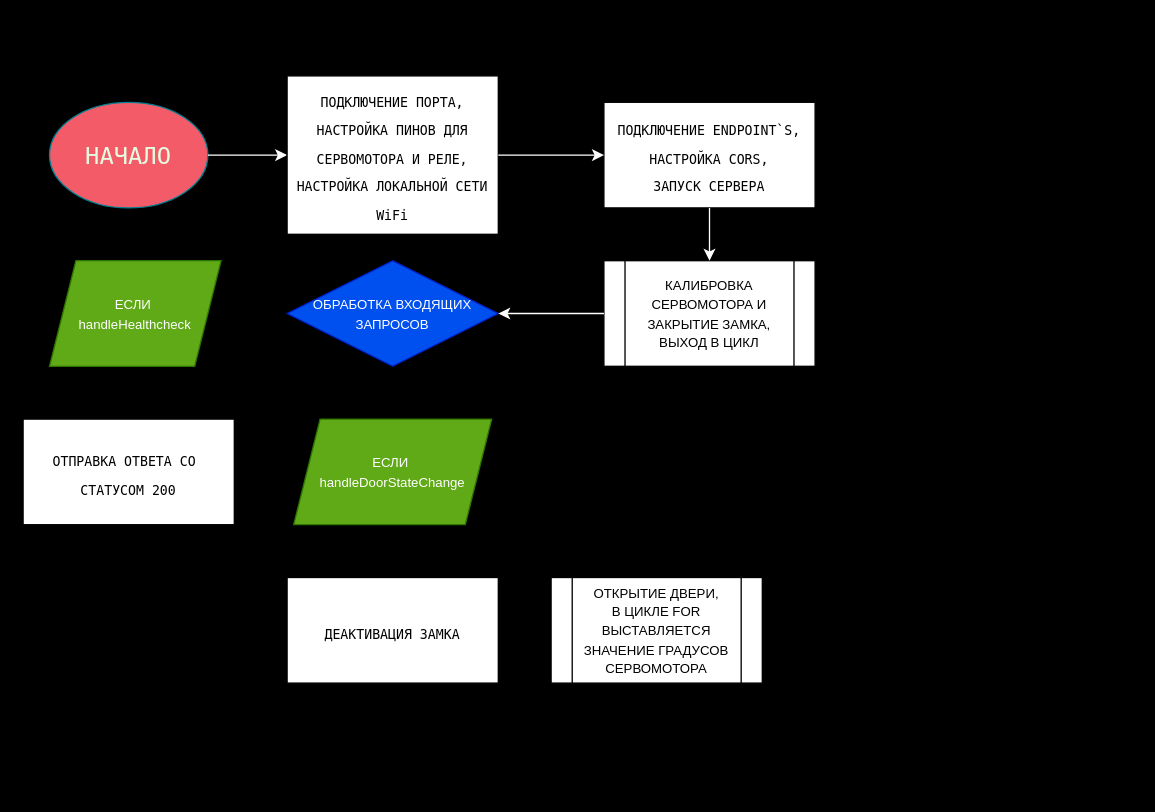
Before: Диаграмма без названия.drawio in Skaletti/Skaletti, a draw.io diagram. Source tidied: cells renumbered, new cells numbered last; positions are measured from the earlier drawing's top-left corner, leaving out a move shared by most shapes. Both pictures are drawn from the tidied source at 132%, with x=0, y=0 at pixel (22, 75).
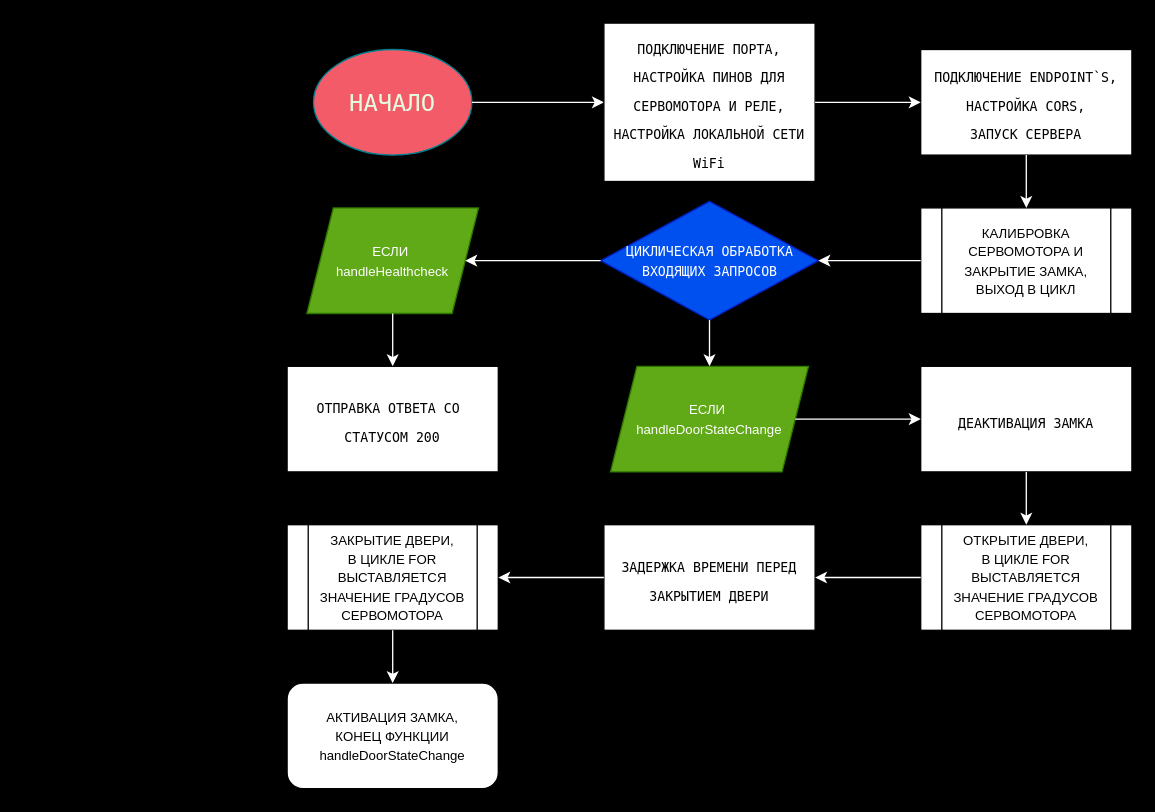
The same page after the edit.

Commit message:
Обновление алгоритм работы сервиса на NodeMCU.drawio

The edit, as a diff of the source:
```diff
@@
     <mxCell id="2" value="&lt;font style=&quot;font-size: 18px;&quot;&gt;НАЧАЛО&lt;/font&gt;" style="ellipse;whiteSpace=wrap;html=1;strokeColor=#028090;fontColor=#E4FDE1;fillColor=#F45B69;fontFamily=Lucida Console;" parent="1" vertex="1">
-      <mxGeometry x="20" y="20" width="120" height="80" as="geometry" />
+      <mxGeometry x="220" y="-20" width="120" height="80" as="geometry" />
     </mxCell>
@@
     <mxCell id="4" value="&lt;font size=&quot;1&quot;&gt;ПОДКЛЮЧЕНИЕ ПОРТА,&lt;br&gt;НАСТРОЙКА ПИНОВ ДЛЯ СЕРВОМОТОРА И РЕЛЕ, НАСТРОЙКА ЛОКАЛЬНОЙ СЕТИ WiFi&lt;/font&gt;" style="rounded=0;whiteSpace=wrap;html=1;fontFamily=Lucida Console;fontSize=18;" parent="1" vertex="1">
-      <mxGeometry x="200" width="160" height="120" as="geometry" />
+      <mxGeometry x="440" y="-40" width="160" height="120" as="geometry" />
     </mxCell>
     <mxCell id="5" value="&lt;font size=&quot;1&quot;&gt;ПОДКЛЮЧЕНИЕ ENDPOINT`S,&lt;br&gt;НАСТРОЙКА CORS,&lt;br&gt;ЗАПУСК СЕРВЕРА&lt;br&gt;&lt;/font&gt;" style="rounded=0;whiteSpace=wrap;html=1;fontFamily=Lucida Console;fontSize=18;" parent="1" vertex="1">
-      <mxGeometry x="440" y="20" width="160" height="80" as="geometry" />
+      <mxGeometry x="680" y="-20" width="160" height="80" as="geometry" />
     </mxCell>
@@
     <mxCell id="7" value="&lt;font size=&quot;1&quot;&gt;КАЛИБРОВКА СЕРВОМОТОРА И ЗАКРЫТИЕ ЗАМКА,&lt;br&gt;ВЫХОД В ЦИКЛ&lt;br&gt;&lt;/font&gt;" style="shape=process;whiteSpace=wrap;html=1;backgroundOutline=1;" parent="1" vertex="1">
-      <mxGeometry x="440" y="140" width="160" height="80" as="geometry" />
+      <mxGeometry x="680" y="100" width="160" height="80" as="geometry" />
     </mxCell>
@@
-    <mxCell id="9" value="&lt;font size=&quot;1&quot;&gt;ОБРАБОТКА ВХОДЯЩИХ ЗАПРОСОВ&lt;/font&gt;" style="rhombus;whiteSpace=wrap;html=1;strokeColor=#001DBC;fontColor=#ffffff;fillColor=#0050ef;" parent="1" vertex="1">
-      <mxGeometry x="200" y="140" width="160" height="80" as="geometry" />
+    <mxCell id="9" value="&lt;font size=&quot;1&quot; face=&quot;Lucida Console&quot; style=&quot;&quot;&gt;ЦИКЛИЧЕСКАЯ&amp;nbsp;&lt;/font&gt;&lt;font face=&quot;Lucida Console&quot; style=&quot;font-size: 10px;&quot;&gt;ОБРАБОТКА ВХОДЯЩИХ ЗАПРОСОВ&lt;/font&gt;" style="rhombus;whiteSpace=wrap;html=1;strokeColor=#001DBC;fontColor=#ffffff;fillColor=#0050ef;" parent="1" vertex="1">
+      <mxGeometry x="437.5" y="95" width="165" height="90" as="geometry" />
     </mxCell>
@@
     <mxCell id="11" value="&lt;font size=&quot;1&quot;&gt;ЕСЛИ&amp;nbsp;&lt;br&gt;handleHealthcheck&lt;/font&gt;" style="shape=parallelogram;perimeter=parallelogramPerimeter;whiteSpace=wrap;html=1;fixedSize=1;strokeColor=#2D7600;fontColor=#ffffff;fillColor=#60a917;" parent="1" vertex="1">
-      <mxGeometry x="20" y="140" width="130" height="80" as="geometry" />
+      <mxGeometry x="215" y="100" width="130" height="80" as="geometry" />
     </mxCell>
     <mxCell id="12" value="&lt;font size=&quot;1&quot;&gt;ОТПРАВКА ОТВЕТА СО&amp;nbsp; СТАТУСОМ 200&lt;/font&gt;" style="rounded=0;whiteSpace=wrap;html=1;fontFamily=Lucida Console;fontSize=18;" parent="1" vertex="1">
-      <mxGeometry y="260" width="160" height="80" as="geometry" />
+      <mxGeometry x="200" y="220" width="160" height="80" as="geometry" />
     </mxCell>
     <mxCell id="13" value="&lt;font size=&quot;1&quot;&gt;ДЕАКТИВАЦИЯ ЗАМКА&lt;/font&gt;" style="rounded=0;whiteSpace=wrap;html=1;fontFamily=Lucida Console;fontSize=18;" parent="1" vertex="1">
-      <mxGeometry x="200" y="380" width="160" height="80" as="geometry" />
+      <mxGeometry x="680" y="220" width="160" height="80" as="geometry" />
     </mxCell>
     <mxCell id="14" value="&lt;font size=&quot;1&quot;&gt;ЕСЛИ&amp;nbsp;&lt;br&gt;handleDoorStateChange&lt;br&gt;&lt;/font&gt;" style="shape=parallelogram;perimeter=parallelogramPerimeter;whiteSpace=wrap;html=1;fixedSize=1;strokeColor=#2D7600;fontColor=#ffffff;fillColor=#60a917;" parent="1" vertex="1">
-      <mxGeometry x="205" y="260" width="150" height="80" as="geometry" />
+      <mxGeometry x="445" y="220" width="150" height="80" as="geometry" />
     </mxCell>
     <mxCell id="15" value="&lt;font size=&quot;1&quot;&gt;ОТКРЫТИЕ ДВЕРИ,&lt;br&gt;В ЦИКЛЕ FOR ВЫСТАВЛЯЕТСЯ ЗНАЧЕНИЕ ГРАДУСОВ СЕРВОМОТОРА&lt;br&gt;&lt;/font&gt;" style="shape=process;whiteSpace=wrap;html=1;backgroundOutline=1;" parent="1" vertex="1">
-      <mxGeometry x="400" y="380" width="160" height="80" as="geometry" />
+      <mxGeometry x="680" y="340" width="160" height="80" as="geometry" />
     </mxCell>
+    <mxCell id="16" style="endArrow=classic;html=1;rounded=0;fontColor=#E4FDE1;exitX=0;exitY=0.5;exitDx=0;exitDy=0;strokeColor=#FFFFFF;entryX=1;entryY=0.5;entryDx=0;entryDy=0;" parent="1" edge="1" source="9" target="11">
+      <mxGeometry relative="1" as="geometry" />
+    </mxCell>
+    <mxCell id="17" style="endArrow=classic;html=1;rounded=0;fontColor=#E4FDE1;exitX=0.5;exitY=1;exitDx=0;exitDy=0;strokeColor=#FFFFFF;entryX=0.5;entryY=0;entryDx=0;entryDy=0;" parent="1" edge="1" source="11" target="12">
+      <mxGeometry relative="1" as="geometry" />
+    </mxCell>
+    <mxCell id="18" style="endArrow=classic;html=1;rounded=0;fontColor=#E4FDE1;strokeColor=#FFFFFF;entryX=0.5;entryY=0;entryDx=0;entryDy=0;exitX=0.5;exitY=1;exitDx=0;exitDy=0;" parent="1" edge="1" source="9" target="14">
+      <mxGeometry relative="1" as="geometry" />
+    </mxCell>
+    <mxCell id="19" style="endArrow=classic;html=1;rounded=0;fontColor=#E4FDE1;exitX=1;exitY=0.5;exitDx=0;exitDy=0;strokeColor=#FFFFFF;entryX=0;entryY=0.5;entryDx=0;entryDy=0;" parent="1" edge="1" source="14" target="13">
+      <mxGeometry relative="1" as="geometry" />
+    </mxCell>
+    <mxCell id="20" style="endArrow=classic;html=1;rounded=0;fontColor=#E4FDE1;exitX=0.5;exitY=1;exitDx=0;exitDy=0;strokeColor=#FFFFFF;entryX=0.5;entryY=0;entryDx=0;entryDy=0;" parent="1" edge="1" source="13" target="15">
+      <mxGeometry relative="1" as="geometry" />
+    </mxCell>
+    <mxCell id="21" value="&lt;font size=&quot;1&quot;&gt;ЗАДЕРЖКА ВРЕМЕНИ ПЕРЕД ЗАКРЫТИЕМ ДВЕРИ&lt;/font&gt;" style="rounded=0;whiteSpace=wrap;html=1;fontFamily=Lucida Console;fontSize=18;" parent="1" vertex="1">
+      <mxGeometry x="440" y="340" width="160" height="80" as="geometry" />
+    </mxCell>
+    <mxCell id="22" style="endArrow=classic;html=1;rounded=0;fontColor=#E4FDE1;exitX=0;exitY=0.5;exitDx=0;exitDy=0;strokeColor=#FFFFFF;entryX=1;entryY=0.5;entryDx=0;entryDy=0;" parent="1" edge="1" source="15" target="21">
+      <mxGeometry relative="1" as="geometry" />
+    </mxCell>
+    <mxCell id="23" value="&lt;font size=&quot;1&quot;&gt;ЗАКРЫТИЕ ДВЕРИ,&lt;br&gt;В ЦИКЛЕ FOR ВЫСТАВЛЯЕТСЯ ЗНАЧЕНИЕ ГРАДУСОВ СЕРВОМОТОРА&lt;br&gt;&lt;/font&gt;" style="shape=process;whiteSpace=wrap;html=1;backgroundOutline=1;" parent="1" vertex="1">
+      <mxGeometry x="200" y="340" width="160" height="80" as="geometry" />
+    </mxCell>
+    <mxCell id="24" style="endArrow=classic;html=1;rounded=0;fontColor=#E4FDE1;exitX=0;exitY=0.5;exitDx=0;exitDy=0;strokeColor=#FFFFFF;entryX=1;entryY=0.5;entryDx=0;entryDy=0;" parent="1" edge="1" source="21" target="23">
+      <mxGeometry relative="1" as="geometry" />
+    </mxCell>
+    <mxCell id="25" value="&lt;font size=&quot;1&quot;&gt;АКТИВАЦИЯ ЗАМКА,&lt;br&gt;КОНЕЦ ФУНКЦИИ handleDoorStateChange&lt;br&gt;&lt;/font&gt;" style="rounded=1;whiteSpace=wrap;html=1;" parent="1" vertex="1">
+      <mxGeometry x="200" y="460" width="160" height="80" as="geometry" />
+    </mxCell>
+    <mxCell id="26" style="endArrow=classic;html=1;rounded=0;fontColor=#E4FDE1;exitX=0.5;exitY=1;exitDx=0;exitDy=0;strokeColor=#FFFFFF;entryX=0.5;entryY=0;entryDx=0;entryDy=0;" parent="1" edge="1" source="23" target="25">
+      <mxGeometry relative="1" as="geometry" />
+    </mxCell>
```
